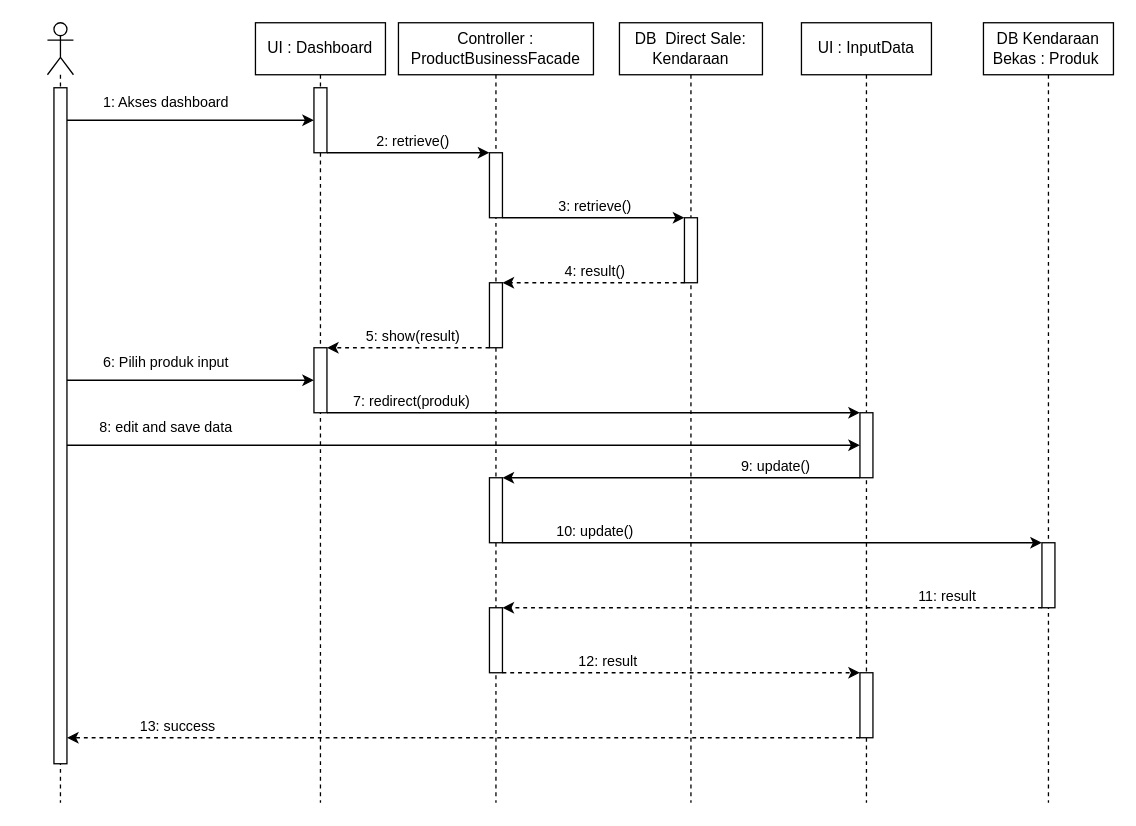
The draw.io diagram page "Input Produk" (1 of 28) of UML/Sequence Web.drawio in DevinWilliady/KendaraanBekasUML, before the edit. Source tidied: cells renumbered, new cells numbered last; positions are measured from the earlier drawing's top-left corner, leaving out a move shared by most shapes. Both pictures are drawn from the tidied source at 130%, with x=0, y=0 at pixel (47, 22).
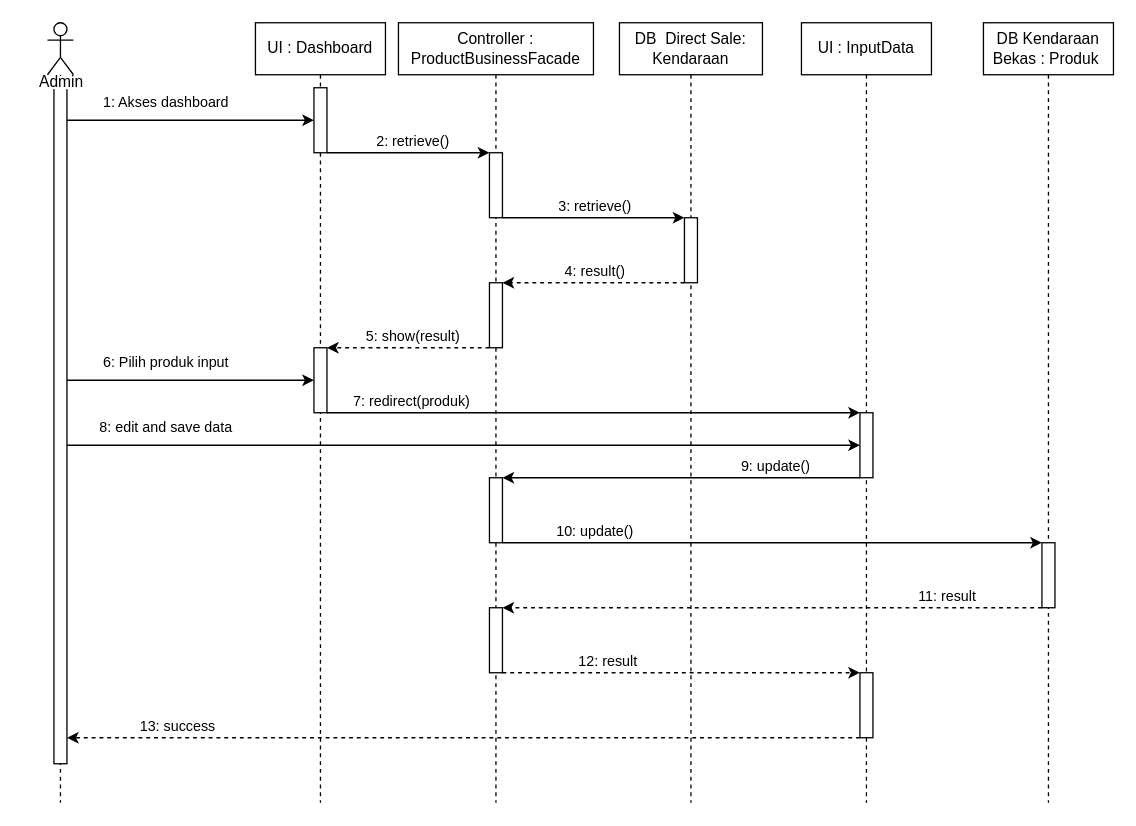
After the change.

The edit, as a diff of the source:
```diff
@@
+    <mxCell id="45" value="Admin" style="rounded=0;whiteSpace=wrap;html=1;strokeWidth=0;strokeColor=#FFFFFF;" parent="1" vertex="1">
+      <mxGeometry x="-19" y="41" width="60" height="10" as="geometry" />
+    </mxCell>
```
